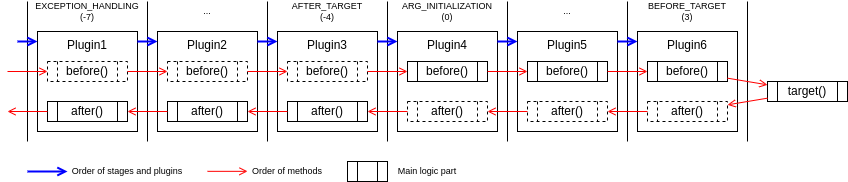
Earlier version of the draw.io export docs/images/order-of-plugins.png (feng1st/coframework). Source tidied: cells renumbered, new cells last; positions are measured from the earlier drawing's top-left corner, leaving out a move shared by most shapes.
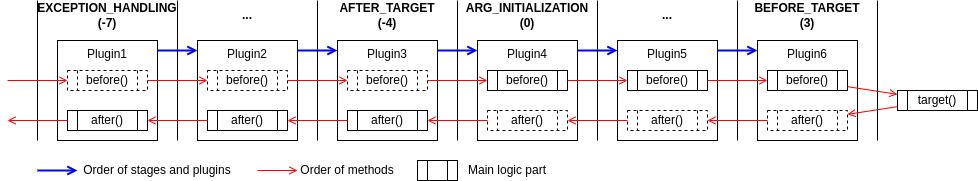
After the commit.

The edit, as a diff of the source:
```diff
@@ -3,120 +3,120 @@
     <mxCell id="0" />
     <mxCell id="1" parent="0" />
     <mxCell id="2" value="Plugin1" style="rounded=0;whiteSpace=wrap;html=1;verticalAlign=top;" parent="1" vertex="1">
-      <mxGeometry x="30" y="30" width="100" height="100" as="geometry" />
+      <mxGeometry x="60" y="40" width="100" height="100" as="geometry" />
     </mxCell>
     <mxCell id="3" value="before()" style="shape=process;whiteSpace=wrap;html=1;backgroundOutline=1;size=0.125;dashed=1;" parent="1" vertex="1">
-      <mxGeometry x="40" y="60" width="80" height="20" as="geometry" />
+      <mxGeometry x="70" y="70" width="80" height="20" as="geometry" />
     </mxCell>
     <mxCell id="4" value="after()" style="shape=process;whiteSpace=wrap;html=1;backgroundOutline=1;size=0.125;" parent="1" vertex="1">
-      <mxGeometry x="40" y="100" width="80" height="20" as="geometry" />
+      <mxGeometry x="70" y="110" width="80" height="20" as="geometry" />
     </mxCell>
     <mxCell id="5" style="endArrow=none;html=1;rounded=0;" parent="1" edge="1">
       <mxGeometry relative="1" as="geometry">
-        <mxPoint x="20" y="140" as="sourcePoint" />
-        <mxPoint x="20" as="targetPoint" />
+        <mxPoint x="40" y="140" as="sourcePoint" />
+        <mxPoint x="40" as="targetPoint" />
       </mxGeometry>
     </mxCell>
-    <mxCell id="6" value="EXCEPTION_HANDLING&lt;br style=&quot;font-size: 9px;&quot;&gt;(-7)" style="text;html=1;strokeColor=none;fillColor=none;align=center;verticalAlign=middle;whiteSpace=wrap;rounded=0;fontSize=9;" parent="1" vertex="1">
-      <mxGeometry x="20" width="120" height="20" as="geometry" />
+    <mxCell id="6" value="EXCEPTION_HANDLING&lt;br style=&quot;font-size: 12px;&quot;&gt;(-7)" style="text;html=1;strokeColor=none;fillColor=none;align=center;verticalAlign=middle;whiteSpace=wrap;rounded=0;fontSize=12;fontStyle=1;" parent="1" vertex="1">
+      <mxGeometry x="40" width="140" height="30" as="geometry" />
     </mxCell>
     <mxCell id="7" value="Plugin2" style="rounded=0;whiteSpace=wrap;html=1;verticalAlign=top;" parent="1" vertex="1">
-      <mxGeometry x="150" y="30" width="100" height="100" as="geometry" />
+      <mxGeometry x="200" y="40" width="100" height="100" as="geometry" />
     </mxCell>
     <mxCell id="8" value="before()" style="shape=process;whiteSpace=wrap;html=1;backgroundOutline=1;size=0.125;dashed=1;" parent="1" vertex="1">
-      <mxGeometry x="160" y="60" width="80" height="20" as="geometry" />
+      <mxGeometry x="210" y="70" width="80" height="20" as="geometry" />
     </mxCell>
     <mxCell id="9" value="after()" style="shape=process;whiteSpace=wrap;html=1;backgroundOutline=1;size=0.125;" parent="1" vertex="1">
-      <mxGeometry x="160" y="100" width="80" height="20" as="geometry" />
+      <mxGeometry x="210" y="110" width="80" height="20" as="geometry" />
     </mxCell>
     <mxCell id="10" style="endArrow=none;html=1;rounded=0;" parent="1" edge="1">
       <mxGeometry relative="1" as="geometry">
-        <mxPoint x="140" y="140" as="sourcePoint" />
-        <mxPoint x="140" as="targetPoint" />
+        <mxPoint x="180" y="140" as="sourcePoint" />
+        <mxPoint x="180" as="targetPoint" />
       </mxGeometry>
     </mxCell>
-    <mxCell id="11" value="..." style="text;html=1;strokeColor=none;fillColor=none;align=center;verticalAlign=middle;whiteSpace=wrap;rounded=0;fontSize=9;" parent="1" vertex="1">
-      <mxGeometry x="140" width="120" height="20" as="geometry" />
+    <mxCell id="11" value="..." style="text;html=1;strokeColor=none;fillColor=none;align=center;verticalAlign=middle;whiteSpace=wrap;rounded=0;fontSize=12;fontStyle=1;" parent="1" vertex="1">
+      <mxGeometry x="180" width="140" height="30" as="geometry" />
     </mxCell>
     <mxCell id="12" value="Plugin3" style="rounded=0;whiteSpace=wrap;html=1;verticalAlign=top;" parent="1" vertex="1">
-      <mxGeometry x="270" y="30" width="100" height="100" as="geometry" />
+      <mxGeometry x="340" y="40" width="100" height="100" as="geometry" />
     </mxCell>
     <mxCell id="13" value="before()" style="shape=process;whiteSpace=wrap;html=1;backgroundOutline=1;size=0.125;dashed=1;" parent="1" vertex="1">
-      <mxGeometry x="280" y="60" width="80" height="20" as="geometry" />
+      <mxGeometry x="350" y="70" width="80" height="20" as="geometry" />
     </mxCell>
     <mxCell id="14" value="after()" style="shape=process;whiteSpace=wrap;html=1;backgroundOutline=1;size=0.125;" parent="1" vertex="1">
-      <mxGeometry x="280" y="100" width="80" height="20" as="geometry" />
+      <mxGeometry x="350" y="110" width="80" height="20" as="geometry" />
     </mxCell>
     <mxCell id="15" style="endArrow=none;html=1;rounded=0;" parent="1" edge="1">
       <mxGeometry relative="1" as="geometry">
-        <mxPoint x="260" y="140" as="sourcePoint" />
-        <mxPoint x="260" as="targetPoint" />
+        <mxPoint x="320" y="140" as="sourcePoint" />
+        <mxPoint x="320" as="targetPoint" />
       </mxGeometry>
     </mxCell>
-    <mxCell id="16" value="AFTER_TARGET&lt;br&gt;(-4)" style="text;html=1;strokeColor=none;fillColor=none;align=center;verticalAlign=middle;whiteSpace=wrap;rounded=0;fontSize=9;" parent="1" vertex="1">
-      <mxGeometry x="260" width="120" height="20" as="geometry" />
+    <mxCell id="16" value="AFTER_TARGET&lt;br style=&quot;font-size: 12px;&quot;&gt;(-4)" style="text;html=1;strokeColor=none;fillColor=none;align=center;verticalAlign=middle;whiteSpace=wrap;rounded=0;fontSize=12;fontStyle=1;" parent="1" vertex="1">
+      <mxGeometry x="320" width="140" height="30" as="geometry" />
     </mxCell>
     <mxCell id="17" value="Plugin4" style="rounded=0;whiteSpace=wrap;html=1;verticalAlign=top;" parent="1" vertex="1">
-      <mxGeometry x="390" y="30" width="100" height="100" as="geometry" />
+      <mxGeometry x="480" y="40" width="100" height="100" as="geometry" />
     </mxCell>
     <mxCell id="18" value="before()" style="shape=process;whiteSpace=wrap;html=1;backgroundOutline=1;size=0.125;" parent="1" vertex="1">
-      <mxGeometry x="400" y="60" width="80" height="20" as="geometry" />
+      <mxGeometry x="490" y="70" width="80" height="20" as="geometry" />
     </mxCell>
     <mxCell id="19" value="after()" style="shape=process;whiteSpace=wrap;html=1;backgroundOutline=1;size=0.125;dashed=1;" parent="1" vertex="1">
-      <mxGeometry x="400" y="100" width="80" height="20" as="geometry" />
+      <mxGeometry x="490" y="110" width="80" height="20" as="geometry" />
     </mxCell>
     <mxCell id="20" style="endArrow=none;html=1;rounded=0;" parent="1" edge="1">
       <mxGeometry relative="1" as="geometry">
-        <mxPoint x="380" y="140" as="sourcePoint" />
-        <mxPoint x="380" as="targetPoint" />
+        <mxPoint x="460" y="140" as="sourcePoint" />
+        <mxPoint x="460" as="targetPoint" />
       </mxGeometry>
     </mxCell>
-    <mxCell id="21" value="ARG_INITIALIZATION&lt;br&gt;(0)" style="text;html=1;strokeColor=none;fillColor=none;align=center;verticalAlign=middle;whiteSpace=wrap;rounded=0;fontSize=9;" parent="1" vertex="1">
-      <mxGeometry x="380" width="120" height="20" as="geometry" />
+    <mxCell id="21" value="ARG_INITIALIZATION&lt;br style=&quot;font-size: 12px;&quot;&gt;(0)" style="text;html=1;strokeColor=none;fillColor=none;align=center;verticalAlign=middle;whiteSpace=wrap;rounded=0;fontSize=12;fontStyle=1;" parent="1" vertex="1">
+      <mxGeometry x="460" width="140" height="30" as="geometry" />
     </mxCell>
     <mxCell id="22" value="Plugin5" style="rounded=0;whiteSpace=wrap;html=1;verticalAlign=top;" parent="1" vertex="1">
-      <mxGeometry x="510" y="30" width="100" height="100" as="geometry" />
+      <mxGeometry x="620" y="40" width="100" height="100" as="geometry" />
     </mxCell>
     <mxCell id="23" value="before()" style="shape=process;whiteSpace=wrap;html=1;backgroundOutline=1;size=0.125;" parent="1" vertex="1">
-      <mxGeometry x="520" y="60" width="80" height="20" as="geometry" />
+      <mxGeometry x="630" y="70" width="80" height="20" as="geometry" />
     </mxCell>
     <mxCell id="24" value="after()" style="shape=process;whiteSpace=wrap;html=1;backgroundOutline=1;size=0.125;dashed=1;" parent="1" vertex="1">
-      <mxGeometry x="520" y="100" width="80" height="20" as="geometry" />
+      <mxGeometry x="630" y="110" width="80" height="20" as="geometry" />
     </mxCell>
     <mxCell id="25" style="endArrow=none;html=1;rounded=0;" parent="1" edge="1">
       <mxGeometry relative="1" as="geometry">
-        <mxPoint x="500" y="140" as="sourcePoint" />
-        <mxPoint x="500" as="targetPoint" />
+        <mxPoint x="600" y="140" as="sourcePoint" />
+        <mxPoint x="600" as="targetPoint" />
       </mxGeometry>
     </mxCell>
-    <mxCell id="26" value="..." style="text;html=1;strokeColor=none;fillColor=none;align=center;verticalAlign=middle;whiteSpace=wrap;rounded=0;fontSize=9;" parent="1" vertex="1">
-      <mxGeometry x="500" width="120" height="20" as="geometry" />
+    <mxCell id="26" value="..." style="text;html=1;strokeColor=none;fillColor=none;align=center;verticalAlign=middle;whiteSpace=wrap;rounded=0;fontSize=12;fontStyle=1;" parent="1" vertex="1">
+      <mxGeometry x="600" width="140" height="30" as="geometry" />
     </mxCell>
     <mxCell id="27" value="Plugin6" style="rounded=0;whiteSpace=wrap;html=1;verticalAlign=top;" parent="1" vertex="1">
-      <mxGeometry x="630" y="30" width="100" height="100" as="geometry" />
+      <mxGeometry x="760" y="40" width="100" height="100" as="geometry" />
     </mxCell>
     <mxCell id="28" value="before()" style="shape=process;whiteSpace=wrap;html=1;backgroundOutline=1;size=0.125;" parent="1" vertex="1">
-      <mxGeometry x="640" y="60" width="80" height="20" as="geometry" />
+      <mxGeometry x="770" y="70" width="80" height="20" as="geometry" />
     </mxCell>
     <mxCell id="29" value="after()" style="shape=process;whiteSpace=wrap;html=1;backgroundOutline=1;size=0.125;dashed=1;" parent="1" vertex="1">
-      <mxGeometry x="640" y="100" width="80" height="20" as="geometry" />
+      <mxGeometry x="770" y="110" width="80" height="20" as="geometry" />
     </mxCell>
     <mxCell id="30" style="endArrow=none;html=1;rounded=0;" parent="1" edge="1">
       <mxGeometry relative="1" as="geometry">
-        <mxPoint x="620" y="140" as="sourcePoint" />
-        <mxPoint x="620" as="targetPoint" />
+        <mxPoint x="740" y="140" as="sourcePoint" />
+        <mxPoint x="740" as="targetPoint" />
       </mxGeometry>
     </mxCell>
-    <mxCell id="31" value="BEFORE_TARGET&lt;br&gt;(3)" style="text;html=1;strokeColor=none;fillColor=none;align=center;verticalAlign=middle;whiteSpace=wrap;rounded=0;fontSize=9;" parent="1" vertex="1">
-      <mxGeometry x="620" width="120" height="20" as="geometry" />
+    <mxCell id="31" value="BEFORE_TARGET&lt;br style=&quot;font-size: 12px;&quot;&gt;(3)" style="text;html=1;strokeColor=none;fillColor=none;align=center;verticalAlign=middle;whiteSpace=wrap;rounded=0;fontSize=12;fontStyle=1;" parent="1" vertex="1">
+      <mxGeometry x="740" width="140" height="30" as="geometry" />
     </mxCell>
     <mxCell id="32" value="target()" style="shape=process;whiteSpace=wrap;html=1;backgroundOutline=1;size=0.125;" parent="1" vertex="1">
-      <mxGeometry x="760" y="80" width="80" height="20" as="geometry" />
+      <mxGeometry x="900" y="90" width="80" height="20" as="geometry" />
     </mxCell>
     <mxCell id="33" style="endArrow=none;html=1;rounded=0;" parent="1" edge="1">
       <mxGeometry relative="1" as="geometry">
-        <mxPoint x="740" y="140" as="sourcePoint" />
-        <mxPoint x="740" as="targetPoint" />
+        <mxPoint x="880" y="140" as="sourcePoint" />
+        <mxPoint x="880" as="targetPoint" />
       </mxGeometry>
     </mxCell>
     <mxCell id="34" style="edgeStyle=none;jettySize=auto;html=1;rounded=0;endArrow=open;endFill=0;strokeColor=#FF0000;" parent="1" edge="1" source="3" target="8">
@@ -157,73 +157,67 @@
     </mxCell>
     <mxCell id="46" style="edgeStyle=none;jettySize=auto;html=1;rounded=0;endArrow=open;endFill=0;strokeColor=#FF0000;" parent="1" edge="1" target="3">
       <mxGeometry relative="1" as="geometry">
-        <mxPoint y="70" as="sourcePoint" />
+        <mxPoint x="10" y="80" as="sourcePoint" />
       </mxGeometry>
     </mxCell>
     <mxCell id="47" style="edgeStyle=none;jettySize=auto;html=1;rounded=0;endArrow=open;endFill=0;strokeColor=#FF0000;" parent="1" edge="1" source="4">
       <mxGeometry relative="1" as="geometry">
-        <mxPoint y="110" as="targetPoint" />
+        <mxPoint x="10" y="120" as="targetPoint" />
       </mxGeometry>
     </mxCell>
-    <mxCell id="48" style="edgeStyle=none;orthogonalLoop=1;jettySize=auto;html=1;rounded=0;endArrow=open;endFill=0;strokeColor=#0000FF;strokeWidth=2;" parent="1" edge="1">
-      <mxGeometry relative="1" as="geometry">
-        <mxPoint x="10" y="40" as="sourcePoint" />
-        <mxPoint x="30" y="40" as="targetPoint" />
-      </mxGeometry>
-    </mxCell>
-    <mxCell id="49" style="edgeStyle=none;orthogonalLoop=1;jettySize=auto;html=1;rounded=0;endArrow=open;endFill=0;strokeColor=#0000FF;strokeWidth=2;" parent="1" edge="1">
-      <mxGeometry relative="1" as="geometry">
-        <mxPoint x="130" y="40" as="sourcePoint" />
-        <mxPoint x="150" y="40" as="targetPoint" />
-      </mxGeometry>
-    </mxCell>
-    <mxCell id="50" style="edgeStyle=none;orthogonalLoop=1;jettySize=auto;html=1;rounded=0;endArrow=open;endFill=0;strokeColor=#0000FF;strokeWidth=2;" parent="1" edge="1">
-      <mxGeometry relative="1" as="geometry">
-        <mxPoint x="250" y="40" as="sourcePoint" />
-        <mxPoint x="270" y="40" as="targetPoint" />
-      </mxGeometry>
-    </mxCell>
-    <mxCell id="51" style="edgeStyle=none;orthogonalLoop=1;jettySize=auto;html=1;rounded=0;endArrow=open;endFill=0;strokeColor=#0000FF;strokeWidth=2;" parent="1" edge="1">
-      <mxGeometry relative="1" as="geometry">
-        <mxPoint x="370" y="40" as="sourcePoint" />
-        <mxPoint x="390" y="40" as="targetPoint" />
-      </mxGeometry>
-    </mxCell>
-    <mxCell id="52" style="edgeStyle=none;orthogonalLoop=1;jettySize=auto;html=1;rounded=0;endArrow=open;endFill=0;strokeColor=#0000FF;strokeWidth=2;" parent="1" edge="1">
-      <mxGeometry relative="1" as="geometry">
-        <mxPoint x="490" y="40" as="sourcePoint" />
-        <mxPoint x="510" y="40" as="targetPoint" />
-      </mxGeometry>
-    </mxCell>
     <mxCell id="53" style="edgeStyle=none;orthogonalLoop=1;jettySize=auto;html=1;rounded=0;endArrow=open;endFill=0;strokeColor=#0000FF;strokeWidth=2;" parent="1" edge="1">
       <mxGeometry relative="1" as="geometry">
-        <mxPoint x="610" y="40" as="sourcePoint" />
-        <mxPoint x="630" y="40" as="targetPoint" />
+        <mxPoint x="160" y="50" as="sourcePoint" />
+        <mxPoint x="200" y="50" as="targetPoint" />
       </mxGeometry>
     </mxCell>
     <mxCell id="54" style="edgeStyle=none;orthogonalLoop=1;jettySize=auto;html=1;rounded=0;endArrow=open;endFill=0;strokeColor=#0000FF;strokeWidth=2;" parent="1" edge="1">
       <mxGeometry relative="1" as="geometry">
-        <mxPoint x="20" y="170" as="sourcePoint" />
-        <mxPoint x="60" y="170" as="targetPoint" />
+        <mxPoint x="40" y="170" as="sourcePoint" />
+        <mxPoint x="80" y="170" as="targetPoint" />
       </mxGeometry>
     </mxCell>
     <mxCell id="55" style="edgeStyle=none;orthogonalLoop=1;jettySize=auto;html=1;rounded=0;endArrow=open;endFill=0;strokeColor=#FF0000;" parent="1" edge="1">
       <mxGeometry relative="1" as="geometry">
-        <mxPoint x="200" y="169.8" as="sourcePoint" />
-        <mxPoint x="240" y="169.8" as="targetPoint" />
+        <mxPoint x="260" y="170" as="sourcePoint" />
+        <mxPoint x="300" y="170" as="targetPoint" />
       </mxGeometry>
     </mxCell>
-    <mxCell id="56" value="Order of stages and plugins" style="text;html=1;strokeColor=none;fillColor=none;align=center;verticalAlign=middle;whiteSpace=wrap;rounded=0;fontSize=9;" parent="1" vertex="1">
-      <mxGeometry x="60" y="160" width="120" height="20" as="geometry" />
+    <mxCell id="56" value="Order of stages and plugins" style="text;html=1;strokeColor=none;fillColor=none;align=center;verticalAlign=middle;whiteSpace=wrap;rounded=0;fontSize=12;" parent="1" vertex="1">
+      <mxGeometry x="80" y="160" width="160" height="20" as="geometry" />
     </mxCell>
-    <mxCell id="57" value="Order of methods" style="text;html=1;strokeColor=none;fillColor=none;align=center;verticalAlign=middle;whiteSpace=wrap;rounded=0;fontSize=9;" parent="1" vertex="1">
-      <mxGeometry x="240" y="160" width="80" height="20" as="geometry" />
+    <mxCell id="57" value="Order of methods" style="text;html=1;strokeColor=none;fillColor=none;align=center;verticalAlign=middle;whiteSpace=wrap;rounded=0;fontSize=12;" parent="1" vertex="1">
+      <mxGeometry x="300" y="160" width="100" height="20" as="geometry" />
     </mxCell>
     <mxCell id="58" style="shape=process;whiteSpace=wrap;html=1;backgroundOutline=1;size=0.25;" parent="1" vertex="1">
-      <mxGeometry x="340" y="160" width="40" height="20" as="geometry" />
+      <mxGeometry x="420" y="160" width="40" height="20" as="geometry" />
     </mxCell>
-    <mxCell id="59" value="Main logic part" style="text;html=1;strokeColor=none;fillColor=none;align=center;verticalAlign=middle;whiteSpace=wrap;rounded=0;fontSize=9;" parent="1" vertex="1">
-      <mxGeometry x="380" y="160" width="80" height="20" as="geometry" />
+    <mxCell id="59" value="Main logic part" style="text;html=1;strokeColor=none;fillColor=none;align=center;verticalAlign=middle;whiteSpace=wrap;rounded=0;fontSize=12;" parent="1" vertex="1">
+      <mxGeometry x="460" y="160" width="100" height="20" as="geometry" />
     </mxCell>
+    <mxCell id="60" style="edgeStyle=none;orthogonalLoop=1;jettySize=auto;html=1;rounded=0;endArrow=open;endFill=0;strokeColor=#0000FF;strokeWidth=2;" parent="1" edge="1">
+      <mxGeometry relative="1" as="geometry">
+        <mxPoint x="720" y="50" as="sourcePoint" />
+        <mxPoint x="760" y="50" as="targetPoint" />
+      </mxGeometry>
+    </mxCell>
+    <mxCell id="61" style="edgeStyle=none;orthogonalLoop=1;jettySize=auto;html=1;rounded=0;endArrow=open;endFill=0;strokeColor=#0000FF;strokeWidth=2;" parent="1" edge="1">
+      <mxGeometry relative="1" as="geometry">
+        <mxPoint x="580" y="50" as="sourcePoint" />
+        <mxPoint x="620" y="50" as="targetPoint" />
+      </mxGeometry>
+    </mxCell>
+    <mxCell id="62" style="edgeStyle=none;orthogonalLoop=1;jettySize=auto;html=1;rounded=0;endArrow=open;endFill=0;strokeColor=#0000FF;strokeWidth=2;" parent="1" edge="1">
+      <mxGeometry relative="1" as="geometry">
+        <mxPoint x="440" y="50" as="sourcePoint" />
+        <mxPoint x="480" y="50" as="targetPoint" />
+      </mxGeometry>
+    </mxCell>
+    <mxCell id="63" style="edgeStyle=none;orthogonalLoop=1;jettySize=auto;html=1;rounded=0;endArrow=open;endFill=0;strokeColor=#0000FF;strokeWidth=2;" parent="1" edge="1">
+      <mxGeometry relative="1" as="geometry">
+        <mxPoint x="300" y="50" as="sourcePoint" />
+        <mxPoint x="340" y="50" as="targetPoint" />
+      </mxGeometry>
+    </mxCell>
   </root>
 </mxGraphModel>
```
